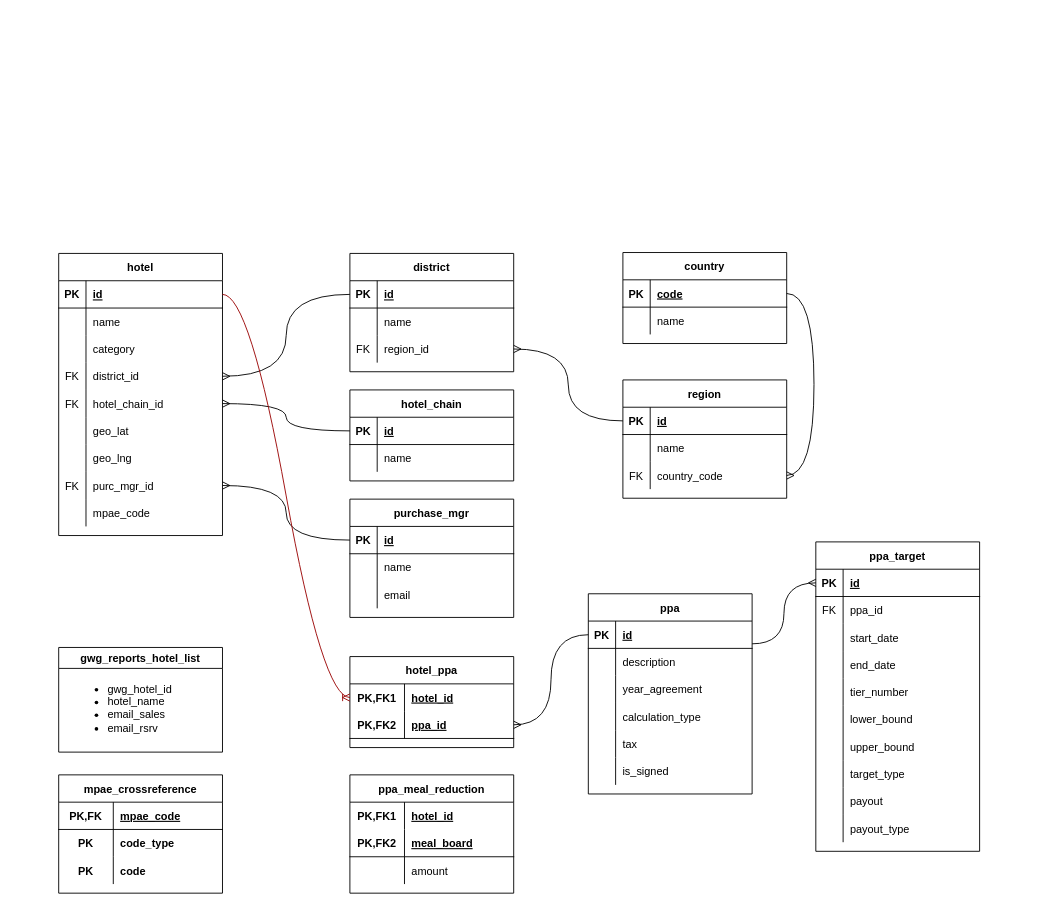
The draw.io diagram hotels_master_list.drawio in justivan/drawio-diagrams, before the edit. Source tidied: cells renumbered, new cells numbered last; positions are measured from the earlier drawing's top-left corner, leaving out a move shared by most shapes. Both pictures are drawn from the tidied source at 91%, with x=0, y=0 at pixel (58, 252).
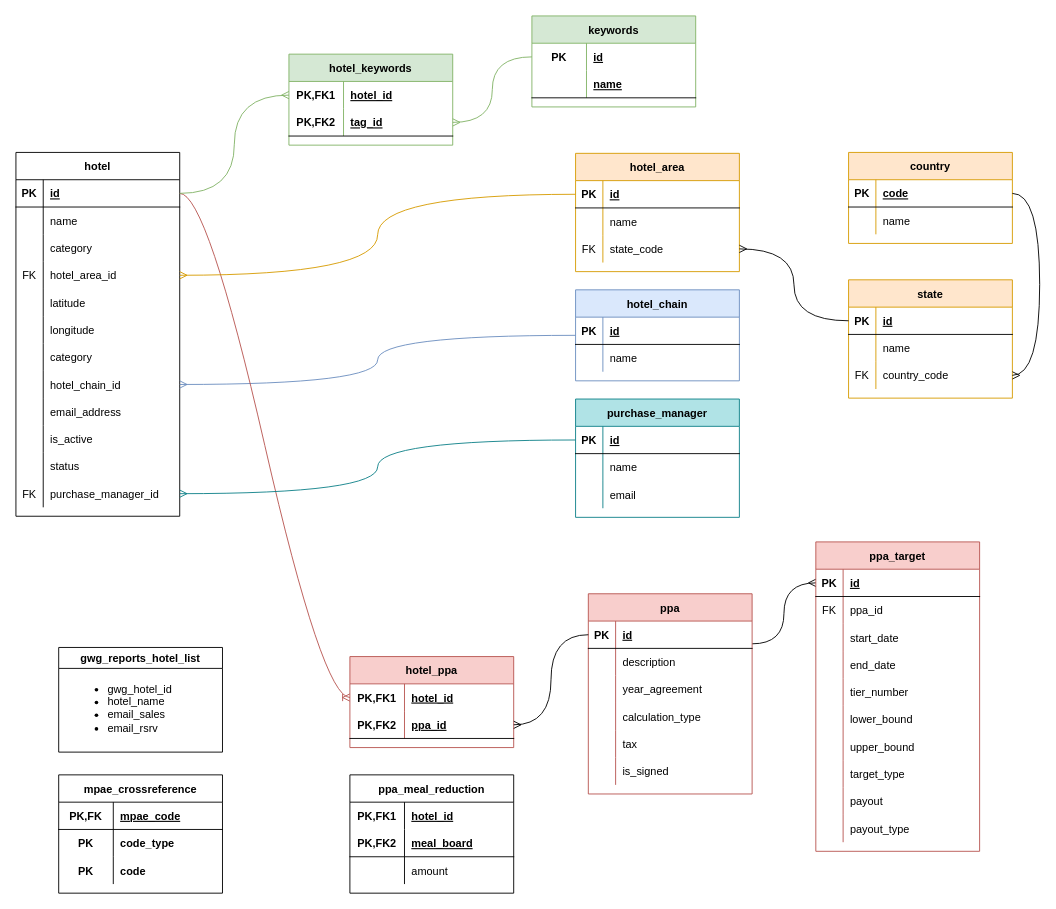
The same page after the edit.

Unchanged cells that the change refers to:
```xml
<mxCell id="3" style="shape=tableRow;horizontal=0;startSize=0;swimlaneHead=0;swimlaneBody=0;fillColor=none;points=[[0,0.5],[1,0.5]];portConstraint=eastwest;top=0;left=0;right=0;bottom=1;" parent="2" vertex="1">
  <mxGeometry y="30" width="180" height="30" as="geometry" />
</mxCell>
<mxCell id="12" style="shape=tableRow;horizontal=0;startSize=0;swimlaneHead=0;swimlaneBody=0;fillColor=none;points=[[0,0.5],[1,0.5]];portConstraint=eastwest;top=0;left=0;right=0;bottom=0;" parent="2" vertex="1">
  <mxGeometry y="120" width="180" height="30" as="geometry" />
</mxCell>
<mxCell id="15" style="shape=tableRow;horizontal=0;startSize=0;swimlaneHead=0;swimlaneBody=0;fillColor=none;points=[[0,0.5],[1,0.5]];portConstraint=eastwest;top=0;left=0;right=0;bottom=0;" parent="2" vertex="1">
  <mxGeometry y="150" width="180" height="30" as="geometry" />
</mxCell>
<mxCell id="18" style="shape=tableRow;horizontal=0;startSize=0;swimlaneHead=0;swimlaneBody=0;fillColor=none;top=0;left=0;right=0;bottom=0;" parent="2" vertex="1">
  <mxGeometry y="180" width="180" height="30" as="geometry" />
</mxCell>
<mxCell id="21" style="shape=tableRow;horizontal=0;startSize=0;swimlaneHead=0;swimlaneBody=0;fillColor=none;top=0;left=0;right=0;bottom=0;" parent="2" vertex="1">
  <mxGeometry y="210" width="180" height="30" as="geometry" />
</mxCell>
<mxCell id="24" style="shape=tableRow;horizontal=0;startSize=0;swimlaneHead=0;swimlaneBody=0;fillColor=none;points=[[0,0.5],[1,0.5]];portConstraint=eastwest;top=0;left=0;right=0;bottom=0;" parent="2" vertex="1">
  <mxGeometry y="240" width="180" height="30" as="geometry" />
</mxCell>
<mxCell id="31" style="shape=tableRow;horizontal=0;startSize=0;swimlaneHead=0;swimlaneBody=0;fillColor=none;points=[[0,0.5],[1,0.5]];portConstraint=eastwest;top=0;left=0;right=0;bottom=1;" parent="30" vertex="1">
  <mxGeometry y="30" width="180" height="30" as="geometry" />
</mxCell>
<mxCell id="38" style="shape=tableRow;horizontal=0;startSize=0;swimlaneHead=0;swimlaneBody=0;fillColor=none;points=[[0,0.5],[1,0.5]];portConstraint=eastwest;top=0;left=0;right=0;bottom=1;" parent="37" vertex="1">
  <mxGeometry y="30" width="180" height="30" as="geometry" />
</mxCell>
<mxCell id="49" style="shape=tableRow;horizontal=0;startSize=0;swimlaneHead=0;swimlaneBody=0;fillColor=none;points=[[0,0.5],[1,0.5]];portConstraint=eastwest;top=0;left=0;right=0;bottom=1;" parent="48" vertex="1">
  <mxGeometry y="30" width="180" height="30" as="geometry" />
</mxCell>
<mxCell id="57" style="shape=tableRow;horizontal=0;startSize=0;swimlaneHead=0;swimlaneBody=0;fillColor=none;points=[[0,0.5],[1,0.5]];portConstraint=eastwest;top=0;left=0;right=0;bottom=1;" parent="56" vertex="1">
  <mxGeometry y="30" width="180" height="30" as="geometry" />
</mxCell>
<mxCell id="63" style="shape=tableRow;horizontal=0;startSize=0;swimlaneHead=0;swimlaneBody=0;fillColor=none;points=[[0,0.5],[1,0.5]];portConstraint=eastwest;top=0;left=0;right=0;bottom=0;" parent="56" vertex="1">
  <mxGeometry y="90" width="180" height="30" as="geometry" />
</mxCell>
<mxCell id="74" style="shape=tableRow;horizontal=0;startSize=0;swimlaneHead=0;swimlaneBody=0;fillColor=none;points=[[0,0.5],[1,0.5]];portConstraint=eastwest;top=0;left=0;right=0;bottom=0;" parent="67" vertex="1">
  <mxGeometry y="90" width="180" height="30" as="geometry" />
</mxCell>
<mxCell id="93" style="shape=tableRow;horizontal=0;startSize=0;swimlaneHead=0;swimlaneBody=0;fillColor=none;points=[[0,0.5],[1,0.5]];portConstraint=eastwest;top=0;left=0;right=0;bottom=0;" parent="92" vertex="1">
  <mxGeometry y="30" width="180" height="30" as="geometry" />
</mxCell>
```

Diff of the diagram source:
```diff
@@
     <mxCell id="2" value="hotel" style="shape=table;startSize=30;childLayout=tableLayout;rowLines=0;fontStyle=1;align=center;" parent="1" vertex="1">
-      <mxGeometry y="1" width="180" height="310" as="geometry" />
+      <mxGeometry x="-47" y="-110" width="180" height="399.8" as="geometry" />
     </mxCell>
@@
-    <mxCell id="14" value="district_id" style="shape=partialRectangle;fillColor=none;top=0;left=0;bottom=0;right=0;align=left;spacingLeft=6;overflow=hidden;" parent="12" vertex="1">
+    <mxCell id="14" value="hotel_area_id" style="shape=partialRectangle;fillColor=none;top=0;left=0;bottom=0;right=0;align=left;spacingLeft=6;overflow=hidden;" parent="12" vertex="1">
       <mxGeometry x="30" width="150" height="30" as="geometry" />
     </mxCell>
@@
-    <mxCell id="16" value="FK" style="shape=partialRectangle;fillColor=none;top=0;left=0;bottom=0;right=0;overflow=hidden;" parent="15" vertex="1">
+    <mxCell id="16" style="shape=partialRectangle;fillColor=none;top=0;left=0;bottom=0;right=0;overflow=hidden;" parent="15" vertex="1">
       <mxGeometry width="30" height="30" as="geometry" />
     </mxCell>
-    <mxCell id="17" value="hotel_chain_id" style="shape=partialRectangle;fillColor=none;top=0;left=0;bottom=0;right=0;align=left;spacingLeft=6;overflow=hidden;" parent="15" vertex="1">
+    <mxCell id="17" value="latitude" style="shape=partialRectangle;fillColor=none;top=0;left=0;bottom=0;right=0;align=left;spacingLeft=6;overflow=hidden;" parent="15" vertex="1">
       <mxGeometry x="30" width="150" height="30" as="geometry" />
     </mxCell>
@@
-    <mxCell id="20" value="geo_lat" style="shape=partialRectangle;fillColor=none;top=0;left=0;bottom=0;right=0;align=left;spacingLeft=6;overflow=hidden;" parent="18" vertex="1">
+    <mxCell id="20" value="longitude" style="shape=partialRectangle;fillColor=none;top=0;left=0;bottom=0;right=0;align=left;spacingLeft=6;overflow=hidden;" parent="18" vertex="1">
       <mxGeometry x="30" width="150" height="30" as="geometry" />
     </mxCell>
@@
-    <mxCell id="23" value="geo_lng" style="shape=partialRectangle;fillColor=none;top=0;left=0;bottom=0;right=0;align=left;spacingLeft=6;overflow=hidden;" parent="21" vertex="1">
+    <mxCell id="23" value="category" style="shape=partialRectangle;fillColor=none;top=0;left=0;bottom=0;right=0;align=left;spacingLeft=6;overflow=hidden;" parent="21" vertex="1">
       <mxGeometry x="30" width="150" height="30" as="geometry" />
     </mxCell>
@@
-    <mxCell id="25" value="FK" style="shape=partialRectangle;fillColor=none;top=0;left=0;bottom=0;right=0;overflow=hidden;" parent="24" vertex="1">
+    <mxCell id="25" style="shape=partialRectangle;fillColor=none;top=0;left=0;bottom=0;right=0;overflow=hidden;" parent="24" vertex="1">
       <mxGeometry width="30" height="30" as="geometry" />
     </mxCell>
-    <mxCell id="26" value="purc_mgr_id" style="shape=partialRectangle;fillColor=none;top=0;left=0;bottom=0;right=0;align=left;spacingLeft=6;overflow=hidden;" parent="24" vertex="1">
+    <mxCell id="26" value="hotel_chain_id" style="shape=partialRectangle;fillColor=none;top=0;left=0;bottom=0;right=0;align=left;spacingLeft=6;overflow=hidden;" parent="24" vertex="1">
       <mxGeometry x="30" width="150" height="30" as="geometry" />
     </mxCell>
+    <mxCell id="162" style="shape=tableRow;horizontal=0;startSize=0;swimlaneHead=0;swimlaneBody=0;fillColor=none;top=0;left=0;right=0;bottom=0;" parent="2" vertex="1">
+      <mxGeometry y="270" width="180" height="30" as="geometry" />
+    </mxCell>
+    <mxCell id="163" style="shape=partialRectangle;fillColor=none;top=0;left=0;bottom=0;right=0;overflow=hidden;" parent="162" vertex="1">
+      <mxGeometry width="30" height="30" as="geometry" />
+    </mxCell>
+    <mxCell id="164" value="email_address" style="shape=partialRectangle;fillColor=none;top=0;left=0;bottom=0;right=0;align=left;spacingLeft=6;overflow=hidden;" parent="162" vertex="1">
+      <mxGeometry x="30" width="150" height="30" as="geometry" />
+    </mxCell>
     <mxCell id="27" style="shape=tableRow;horizontal=0;startSize=0;swimlaneHead=0;swimlaneBody=0;fillColor=none;top=0;left=0;right=0;bottom=0;" parent="2" vertex="1">
-      <mxGeometry y="270" width="180" height="30" as="geometry" />
+      <mxGeometry y="300" width="180" height="30" as="geometry" />
     </mxCell>
@@
-    <mxCell id="29" value="mpae_code" style="shape=partialRectangle;fillColor=none;top=0;left=0;bottom=0;right=0;align=left;spacingLeft=6;overflow=hidden;" parent="27" vertex="1">
+    <mxCell id="29" value="is_active" style="shape=partialRectangle;fillColor=none;top=0;left=0;bottom=0;right=0;align=left;spacingLeft=6;overflow=hidden;" parent="27" vertex="1">
       <mxGeometry x="30" width="150" height="30" as="geometry" />
     </mxCell>
+    <mxCell id="165" style="shape=tableRow;horizontal=0;startSize=0;swimlaneHead=0;swimlaneBody=0;fillColor=none;top=0;left=0;right=0;bottom=0;" parent="2" vertex="1">
+      <mxGeometry y="330" width="180" height="30" as="geometry" />
+    </mxCell>
+    <mxCell id="166" style="shape=partialRectangle;fillColor=none;top=0;left=0;bottom=0;right=0;overflow=hidden;" parent="165" vertex="1">
+      <mxGeometry width="30" height="30" as="geometry" />
+    </mxCell>
+    <mxCell id="167" value="status" style="shape=partialRectangle;fillColor=none;top=0;left=0;bottom=0;right=0;align=left;spacingLeft=6;overflow=hidden;" parent="165" vertex="1">
+      <mxGeometry x="30" width="150" height="30" as="geometry" />
+    </mxCell>
+    <mxCell id="168" style="shape=tableRow;horizontal=0;startSize=0;swimlaneHead=0;swimlaneBody=0;fillColor=none;points=[[0,0.5],[1,0.5]];portConstraint=eastwest;top=0;left=0;right=0;bottom=0;" parent="2" vertex="1">
+      <mxGeometry y="360" width="180" height="30" as="geometry" />
+    </mxCell>
+    <mxCell id="169" value="FK" style="shape=partialRectangle;fillColor=none;top=0;left=0;bottom=0;right=0;overflow=hidden;" parent="168" vertex="1">
+      <mxGeometry width="30" height="30" as="geometry" />
+    </mxCell>
+    <mxCell id="170" value="purchase_manager_id" style="shape=partialRectangle;fillColor=none;top=0;left=0;bottom=0;right=0;align=left;spacingLeft=6;overflow=hidden;" parent="168" vertex="1">
+      <mxGeometry x="30" width="150" height="30" as="geometry" />
+    </mxCell>
-    <mxCell id="30" value="country" style="shape=table;startSize=30;childLayout=tableLayout;rowLines=0;fontStyle=1;align=center;" parent="1" vertex="1">
-      <mxGeometry x="620" width="180" height="100" as="geometry" />
+    <mxCell id="30" value="country" style="shape=table;startSize=30;childLayout=tableLayout;rowLines=0;fontStyle=1;align=center;fillColor=#ffe6cc;strokeColor=#d79b00;" parent="1" vertex="1">
+      <mxGeometry x="868" y="-110" width="180" height="100" as="geometry" />
     </mxCell>
@@
-    <mxCell id="37" value="purchase_mgr" style="shape=table;startSize=30;childLayout=tableLayout;rowLines=0;fontStyle=1;align=center;" parent="1" vertex="1">
-      <mxGeometry x="320" y="271" width="180" height="130" as="geometry" />
+    <mxCell id="37" value="purchase_manager" style="shape=table;startSize=30;childLayout=tableLayout;rowLines=0;fontStyle=1;align=center;fillColor=#b0e3e6;strokeColor=#0e8088;" parent="1" vertex="1">
+      <mxGeometry x="568" y="161" width="180" height="130" as="geometry" />
     </mxCell>
@@
-    <mxCell id="47" style="edgeStyle=orthogonalEdgeStyle;html=1;exitX=0;exitY=0.5;exitDx=0;exitDy=0;entryX=1;entryY=0.5;entryDx=0;entryDy=0;endArrow=ERmany;endFill=0;curved=1;" parent="1" edge="1" source="38" target="24">
-      <mxGeometry relative="1" as="geometry" />
-    </mxCell>
+    <mxCell id="171" style="edgeStyle=orthogonalEdgeStyle;curved=1;rounded=0;jettySize=auto;html=1;entryX=1;entryY=0.5;entryDx=0;entryDy=0;endArrow=ERmany;endFill=0;fillColor=#dae8fc;strokeColor=#6c8ebf;" parent="1" edge="1" source="48" target="24">
+      <mxGeometry relative="1" as="geometry" />
+    </mxCell>
-    <mxCell id="48" value="hotel_chain" style="shape=table;startSize=30;childLayout=tableLayout;rowLines=0;fontStyle=1;align=center;" parent="1" vertex="1">
-      <mxGeometry x="320" y="151" width="180" height="100" as="geometry" />
+    <mxCell id="48" value="hotel_chain" style="shape=table;startSize=30;childLayout=tableLayout;rowLines=0;fontStyle=1;align=center;fillColor=#dae8fc;strokeColor=#6c8ebf;" parent="1" vertex="1">
+      <mxGeometry x="568" y="41" width="180" height="100" as="geometry" />
     </mxCell>
@@
-    <mxCell id="55" style="edgeStyle=orthogonalEdgeStyle;html=1;entryX=1;entryY=0.5;entryDx=0;entryDy=0;endArrow=ERmany;endFill=0;curved=1;" parent="1" edge="1" source="49" target="15">
-      <mxGeometry relative="1" as="geometry" />
-    </mxCell>
-    <mxCell id="56" value="district" style="shape=table;startSize=30;childLayout=tableLayout;rowLines=0;fontStyle=1;align=center;" parent="1" vertex="1">
-      <mxGeometry x="320" y="1" width="180" height="130" as="geometry" />
+    <mxCell id="56" value="hotel_area" style="shape=table;startSize=30;childLayout=tableLayout;rowLines=0;fontStyle=1;align=center;fillColor=#ffe6cc;strokeColor=#d79b00;" parent="1" vertex="1">
+      <mxGeometry x="568" y="-109" width="180" height="130" as="geometry" />
     </mxCell>
@@
-    <mxCell id="65" value="region_id" style="shape=partialRectangle;fillColor=none;top=0;left=0;bottom=0;right=0;align=left;spacingLeft=6;overflow=hidden;" parent="63" vertex="1">
+    <mxCell id="65" value="state_code" style="shape=partialRectangle;fillColor=none;top=0;left=0;bottom=0;right=0;align=left;spacingLeft=6;overflow=hidden;" parent="63" vertex="1">
       <mxGeometry x="30" width="150" height="30" as="geometry" />
     </mxCell>
-    <mxCell id="66" style="edgeStyle=orthogonalEdgeStyle;html=1;endArrow=ERmany;endFill=0;curved=1;" parent="1" edge="1" source="57" target="12">
-      <mxGeometry relative="1" as="geometry" />
-    </mxCell>
-    <mxCell id="67" value="region" style="shape=table;startSize=30;childLayout=tableLayout;rowLines=0;fontStyle=1;align=center;" parent="1" vertex="1">
-      <mxGeometry x="620" y="140" width="180" height="130" as="geometry" />
+    <mxCell id="67" value="state" style="shape=table;startSize=30;childLayout=tableLayout;rowLines=0;fontStyle=1;align=center;fillColor=#ffe6cc;strokeColor=#d79b00;" parent="1" vertex="1">
+      <mxGeometry x="868" y="30" width="180" height="130" as="geometry" />
     </mxCell>
@@
     <mxCell id="77" style="edgeStyle=orthogonalEdgeStyle;curved=1;rounded=0;jettySize=auto;html=1;exitX=1;exitY=0.5;exitDx=0;exitDy=0;endArrow=ERmany;endFill=0;elbow=vertical;entryX=1;entryY=0.5;entryDx=0;entryDy=0;" parent="1" edge="1" source="31" target="74">
       <mxGeometry relative="1" as="geometry">
         <Array as="points">
-          <mxPoint x="830" y="45" />
-          <mxPoint x="830" y="245" />
+          <mxPoint x="1078" y="-65" />
+          <mxPoint x="1078" y="135" />
         </Array>
       </mxGeometry>
     </mxCell>
@@
-    <mxCell id="92" value="hotel_ppa" style="shape=table;startSize=30;childLayout=tableLayout;rowLines=0;fontStyle=1;align=center;" parent="1" vertex="1">
+    <mxCell id="92" value="hotel_ppa" style="shape=table;startSize=30;childLayout=tableLayout;rowLines=0;fontStyle=1;align=center;fillColor=#f8cecc;strokeColor=#b85450;" parent="1" vertex="1">
       <mxGeometry x="320" y="444" width="180" height="100" as="geometry" />
     </mxCell>
@@
-    <mxCell id="100" value="ppa" style="shape=table;startSize=30;childLayout=tableLayout;rowLines=0;fontStyle=1;align=center;" parent="1" vertex="1">
+    <mxCell id="100" value="ppa" style="shape=table;startSize=30;childLayout=tableLayout;rowLines=0;fontStyle=1;align=center;fillColor=#f8cecc;strokeColor=#b85450;" parent="1" vertex="1">
       <mxGeometry x="582" y="375" width="180" height="220" as="geometry" />
     </mxCell>
@@
-    <mxCell id="119" value="ppa_target" style="shape=table;startSize=30;childLayout=tableLayout;rowLines=0;fontStyle=1;align=center;" parent="1" vertex="1">
+    <mxCell id="119" value="ppa_target" style="shape=table;startSize=30;childLayout=tableLayout;rowLines=0;fontStyle=1;align=center;fillColor=#f8cecc;strokeColor=#b85450;" parent="1" vertex="1">
       <mxGeometry x="832" y="318" width="180" height="340" as="geometry" />
     </mxCell>
@@
-    <mxCell id="150" style="edgeStyle=entityRelationEdgeStyle;fontSize=12;html=1;endArrow=ERoneToMany;rounded=0;curved=1;exitX=1;exitY=0.5;exitDx=0;exitDy=0;entryX=0;entryY=0.5;entryDx=0;entryDy=0;strokeColor=#990000;" parent="1" edge="1" source="3" target="93">
+    <mxCell id="150" style="edgeStyle=entityRelationEdgeStyle;fontSize=12;html=1;endArrow=ERoneToMany;rounded=0;curved=1;exitX=1;exitY=0.5;exitDx=0;exitDy=0;entryX=0;entryY=0.5;entryDx=0;entryDy=0;strokeColor=#b85450;fillColor=#f8cecc;" parent="1" edge="1" source="3" target="93">
       <mxGeometry relative="1" as="geometry" />
     </mxCell>
@@
+    <mxCell id="66" style="edgeStyle=orthogonalEdgeStyle;rounded=0;jettySize=auto;html=1;entryX=1;entryY=0.5;entryDx=0;entryDy=0;curved=1;endArrow=ERmany;endFill=0;fillColor=#ffe6cc;strokeColor=#d79b00;" parent="1" edge="1" source="57" target="12">
+      <mxGeometry relative="1" as="geometry" />
+    </mxCell>
+    <mxCell id="172" value="hotel_keywords" style="shape=table;startSize=30;childLayout=tableLayout;rowLines=0;fontStyle=1;align=center;fillColor=#d5e8d4;strokeColor=#82b366;" parent="1" vertex="1">
+      <mxGeometry x="253" y="-218" width="180" height="100" as="geometry" />
+    </mxCell>
+    <mxCell id="173" style="shape=tableRow;horizontal=0;startSize=0;swimlaneHead=0;swimlaneBody=0;fillColor=none;points=[[0,0.5],[1,0.5]];portConstraint=eastwest;top=0;left=0;right=0;bottom=0;" parent="172" vertex="1">
+      <mxGeometry y="30" width="180" height="30" as="geometry" />
+    </mxCell>
+    <mxCell id="174" value="PK,FK1" style="shape=partialRectangle;fillColor=none;top=0;left=0;bottom=0;right=0;fontStyle=1;overflow=hidden;" parent="173" vertex="1">
+      <mxGeometry width="60" height="30" as="geometry" />
+    </mxCell>
+    <mxCell id="175" value="hotel_id" style="shape=partialRectangle;fillColor=none;top=0;left=0;bottom=0;right=0;align=left;spacingLeft=6;fontStyle=5;overflow=hidden;" parent="173" vertex="1">
+      <mxGeometry x="60" width="120" height="30" as="geometry" />
+    </mxCell>
+    <mxCell id="176" style="shape=tableRow;horizontal=0;startSize=0;swimlaneHead=0;swimlaneBody=0;fillColor=none;points=[[0,0.5],[1,0.5]];portConstraint=eastwest;top=0;left=0;right=0;bottom=1;" parent="172" vertex="1">
+      <mxGeometry y="60" width="180" height="30" as="geometry" />
+    </mxCell>
+    <mxCell id="177" value="PK,FK2" style="shape=partialRectangle;fillColor=none;top=0;left=0;bottom=0;right=0;fontStyle=1;overflow=hidden;" parent="176" vertex="1">
+      <mxGeometry width="60" height="30" as="geometry" />
+    </mxCell>
+    <mxCell id="178" value="tag_id" style="shape=partialRectangle;fillColor=none;top=0;left=0;bottom=0;right=0;align=left;spacingLeft=6;fontStyle=5;overflow=hidden;" parent="176" vertex="1">
+      <mxGeometry x="60" width="120" height="30" as="geometry" />
+    </mxCell>
+    <mxCell id="179" value="keywords" style="shape=table;startSize=30;childLayout=tableLayout;rowLines=0;fontStyle=1;align=center;fillColor=#d5e8d4;strokeColor=#82b366;" parent="1" vertex="1">
+      <mxGeometry x="520" y="-260" width="180" height="100" as="geometry" />
+    </mxCell>
+    <mxCell id="180" style="shape=tableRow;horizontal=0;startSize=0;swimlaneHead=0;swimlaneBody=0;fillColor=none;points=[[0,0.5],[1,0.5]];portConstraint=eastwest;top=0;left=0;right=0;bottom=0;" parent="179" vertex="1">
+      <mxGeometry y="30" width="180" height="30" as="geometry" />
+    </mxCell>
+    <mxCell id="181" value="PK" style="shape=partialRectangle;fillColor=none;top=0;left=0;bottom=0;right=0;fontStyle=1;overflow=hidden;" parent="180" vertex="1">
+      <mxGeometry width="60" height="30" as="geometry" />
+    </mxCell>
+    <mxCell id="182" value="id" style="shape=partialRectangle;fillColor=none;top=0;left=0;bottom=0;right=0;align=left;spacingLeft=6;fontStyle=5;overflow=hidden;" parent="180" vertex="1">
+      <mxGeometry x="60" width="120" height="30" as="geometry" />
+    </mxCell>
+    <mxCell id="183" style="shape=tableRow;horizontal=0;startSize=0;swimlaneHead=0;swimlaneBody=0;fillColor=none;top=0;left=0;right=0;bottom=1;" parent="179" vertex="1">
+      <mxGeometry y="60" width="180" height="30" as="geometry" />
+    </mxCell>
+    <mxCell id="184" style="shape=partialRectangle;fillColor=none;top=0;left=0;bottom=0;right=0;fontStyle=1;overflow=hidden;" parent="183" vertex="1">
+      <mxGeometry width="60" height="30" as="geometry" />
+    </mxCell>
+    <mxCell id="185" value="name" style="shape=partialRectangle;fillColor=none;top=0;left=0;bottom=0;right=0;align=left;spacingLeft=6;fontStyle=5;overflow=hidden;" parent="183" vertex="1">
+      <mxGeometry x="60" width="120" height="30" as="geometry" />
+    </mxCell>
+    <mxCell id="186" style="edgeStyle=orthogonalEdgeStyle;curved=1;rounded=0;jettySize=auto;html=1;entryX=1;entryY=0.5;entryDx=0;entryDy=0;endArrow=ERmany;endFill=0;fillColor=#d5e8d4;strokeColor=#82b366;" parent="1" edge="1" source="180" target="176">
+      <mxGeometry relative="1" as="geometry" />
+    </mxCell>
+    <mxCell id="187" style="edgeStyle=orthogonalEdgeStyle;curved=1;rounded=0;jettySize=auto;html=1;entryX=0;entryY=0.5;entryDx=0;entryDy=0;endArrow=ERmany;endFill=0;strokeColor=#82b366;fillColor=#d5e8d4;" parent="1" edge="1" source="3" target="173">
+      <mxGeometry relative="1" as="geometry" />
+    </mxCell>
+    <mxCell id="188" style="edgeStyle=orthogonalEdgeStyle;curved=1;rounded=0;jettySize=auto;html=1;entryX=1;entryY=0.5;entryDx=0;entryDy=0;strokeColor=#0e8088;endArrow=ERmany;endFill=0;fillColor=#b0e3e6;" parent="1" edge="1" source="38" target="168">
+      <mxGeometry relative="1" as="geometry" />
+    </mxCell>
```
